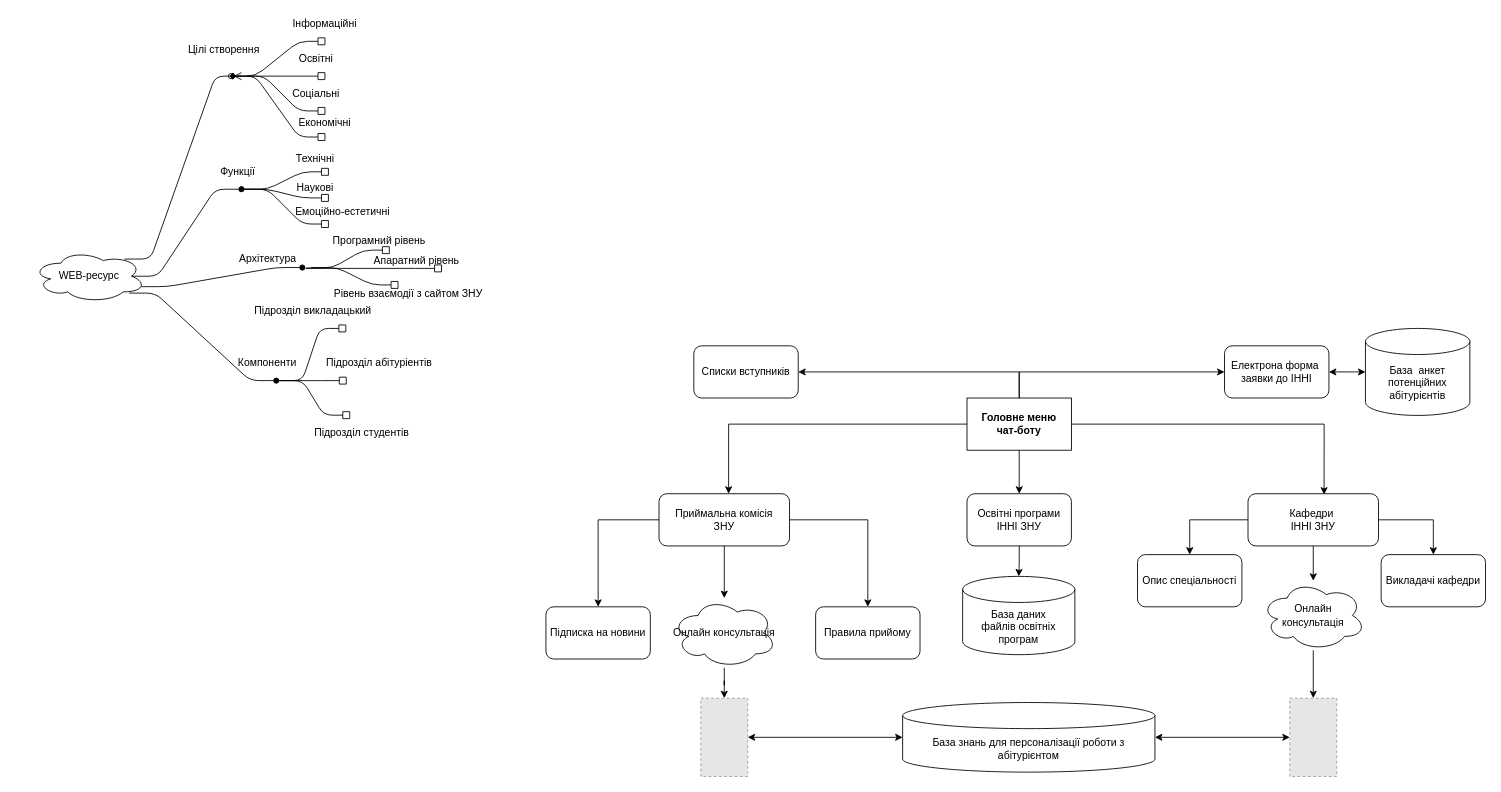
Above: chatbot2.drawio in MEvgen/test2 (draw.io), before the change. Source tidied: cells renumbered, new cells numbered last; positions are measured from the earlier drawing's top-left corner, leaving out a move shared by most shapes. Both pictures are drawn from the tidied source at 87%, with x=0, y=0 at pixel (32, 15). Pictures stored in the file or linked from it are replaced by grey dashed boxes.
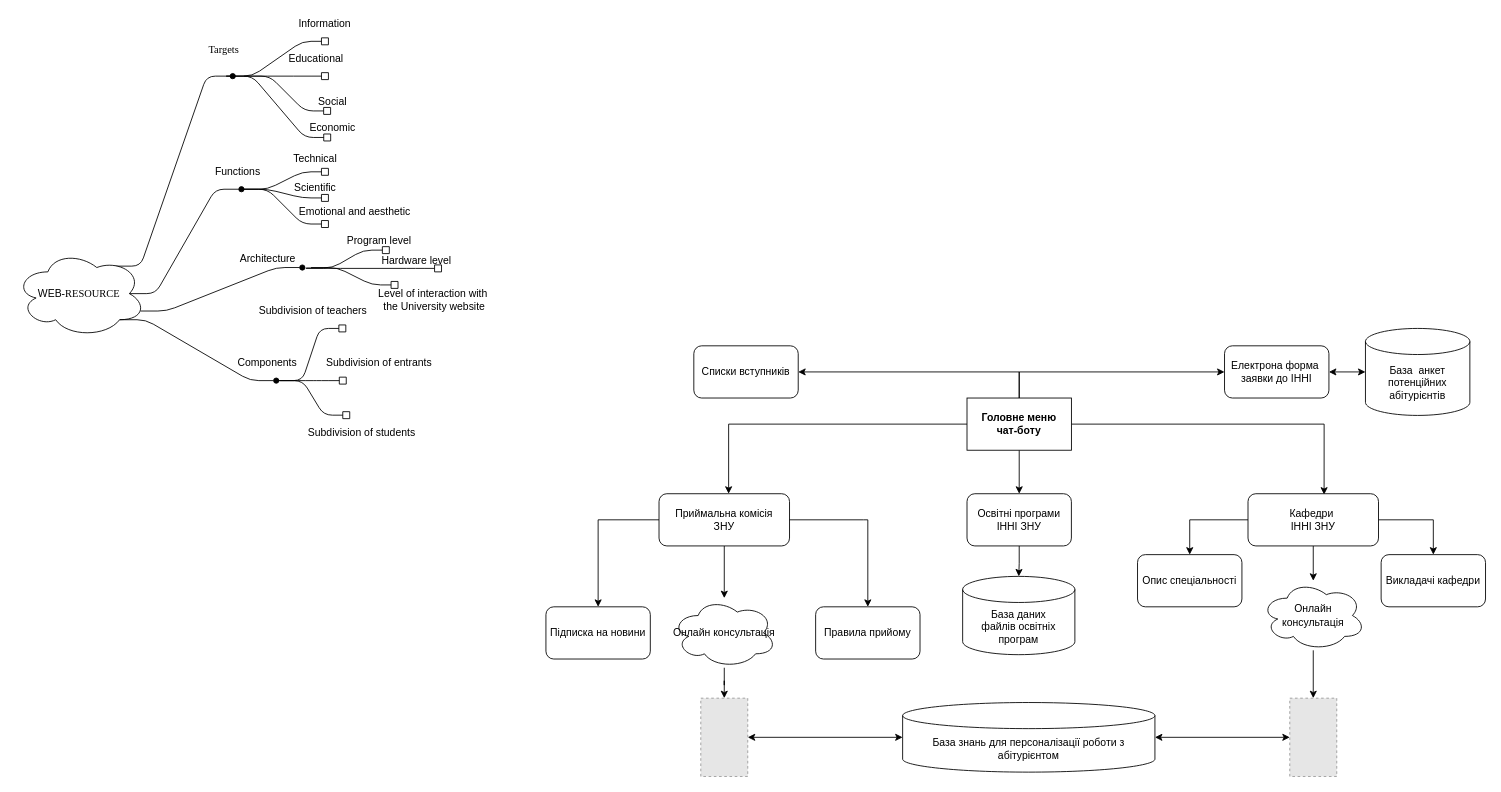
Above is the later version.

The edit, as a diff of the source:
```diff
@@
-    <mxCell id="36" style="edgeStyle=entityRelationEdgeStyle;fontSize=12;html=1;endArrow=ERzeroToMany;endFill=1;exitX=0.812;exitY=0.171;exitDx=0;exitDy=0;exitPerimeter=0;" parent="1" edge="1" source="37">
+    <mxCell id="36" style="edgeStyle=entityRelationEdgeStyle;fontSize=12;html=1;endArrow=oval;endFill=1;exitX=0.76;exitY=0.184;exitDx=0;exitDy=0;exitPerimeter=0;" parent="1" edge="1" source="37">
       <mxGeometry relative="1" as="geometry">
-        <mxPoint x="240" y="70" as="targetPoint" />
+        <mxPoint x="230" y="70" as="targetPoint" />
       </mxGeometry>
     </mxCell>
-    <mxCell id="37" value="WEB-ресурс" style="ellipse;shape=cloud;whiteSpace=wrap;html=1;align=center;" parent="1" vertex="1">
-      <mxGeometry y="270" width="130" height="60" as="geometry" />
+    <mxCell id="37" value="WEB-&lt;span style=&quot;font-size: 9.0pt ; font-family: &amp;#34;times new roman&amp;#34; , serif&quot;&gt;RESOURCE&amp;nbsp;&lt;/span&gt;" style="ellipse;shape=cloud;whiteSpace=wrap;html=1;align=center;" parent="1" vertex="1">
+      <mxGeometry x="-20" y="270" width="150" height="100" as="geometry" />
     </mxCell>
-    <mxCell id="38" value="Цілі створення" style="text;html=1;strokeColor=none;fillColor=none;align=center;verticalAlign=middle;whiteSpace=wrap;rounded=0;" parent="1" vertex="1">
+    <mxCell id="38" value="&lt;font face=&quot;Times New Roman, serif&quot;&gt;Targets&lt;/font&gt;" style="text;html=1;strokeColor=none;fillColor=none;align=center;verticalAlign=middle;whiteSpace=wrap;rounded=0;" parent="1" vertex="1">
       <mxGeometry x="170" y="30" width="100" height="20" as="geometry" />
     </mxCell>
-    <mxCell id="39" style="edgeStyle=entityRelationEdgeStyle;fontSize=12;html=1;endArrow=box;endFill=0;startArrow=diamond;startFill=1;" parent="1" edge="1">
+    <mxCell id="39" style="edgeStyle=entityRelationEdgeStyle;fontSize=12;html=1;endArrow=box;endFill=0;startArrow=none;startFill=0;" parent="1" edge="1">
       <mxGeometry relative="1" as="geometry">
-        <mxPoint x="226" y="70" as="sourcePoint" />
-        <mxPoint x="336" y="30" as="targetPoint" />
+        <mxPoint x="222.5" y="70" as="sourcePoint" />
+        <mxPoint x="340" y="30" as="targetPoint" />
       </mxGeometry>
     </mxCell>
     <mxCell id="40" style="edgeStyle=entityRelationEdgeStyle;fontSize=12;html=1;endArrow=box;endFill=0;" parent="1" edge="1">
       <mxGeometry relative="1" as="geometry">
-        <mxPoint x="246" y="70" as="sourcePoint" />
-        <mxPoint x="336" y="70" as="targetPoint" />
+        <mxPoint x="230" y="70" as="sourcePoint" />
+        <mxPoint x="340" y="70" as="targetPoint" />
       </mxGeometry>
     </mxCell>
     <mxCell id="41" style="edgeStyle=entityRelationEdgeStyle;fontSize=12;html=1;endArrow=box;endFill=0;" parent="1" edge="1">
       <mxGeometry relative="1" as="geometry">
-        <mxPoint x="236" y="70" as="sourcePoint" />
-        <mxPoint x="336" y="110" as="targetPoint" />
+        <mxPoint x="242.5" y="70" as="sourcePoint" />
+        <mxPoint x="342.5" y="110" as="targetPoint" />
       </mxGeometry>
     </mxCell>
-    <mxCell id="42" value="Інформаційні" style="text;html=1;strokeColor=none;fillColor=none;align=center;verticalAlign=middle;whiteSpace=wrap;rounded=0;" parent="1" vertex="1">
+    <mxCell id="42" value="Information" style="text;html=1;strokeColor=none;fillColor=none;align=center;verticalAlign=middle;whiteSpace=wrap;rounded=0;" parent="1" vertex="1">
       <mxGeometry x="286" width="100" height="20" as="geometry" />
     </mxCell>
-    <mxCell id="43" value="Освітні" style="text;html=1;strokeColor=none;fillColor=none;align=center;verticalAlign=middle;whiteSpace=wrap;rounded=0;" parent="1" vertex="1">
+    <mxCell id="43" value="&lt;div&gt;&lt;span&gt;Educational&lt;/span&gt;&lt;br&gt;&lt;/div&gt;" style="text;html=1;strokeColor=none;fillColor=none;align=center;verticalAlign=middle;whiteSpace=wrap;rounded=0;" parent="1" vertex="1">
       <mxGeometry x="276" y="40" width="100" height="20" as="geometry" />
     </mxCell>
-    <mxCell id="44" value="Соціальні" style="text;html=1;strokeColor=none;fillColor=none;align=center;verticalAlign=middle;whiteSpace=wrap;rounded=0;" parent="1" vertex="1">
-      <mxGeometry x="276" y="80" width="100" height="20" as="geometry" />
+    <mxCell id="44" value="Social" style="text;html=1;strokeColor=none;fillColor=none;align=center;verticalAlign=middle;whiteSpace=wrap;rounded=0;" parent="1" vertex="1">
+      <mxGeometry x="295" y="90" width="100" height="20" as="geometry" />
     </mxCell>
-    <mxCell id="45" style="edgeStyle=entityRelationEdgeStyle;fontSize=12;html=1;endArrow=box;endFill=0;" parent="1" edge="1">
+    <mxCell id="45" style="edgeStyle=entityRelationEdgeStyle;fontSize=12;html=1;endArrow=box;endFill=0;entryX=0.476;entryY=1.026;entryDx=0;entryDy=0;entryPerimeter=0;" parent="1" edge="1" target="46">
       <mxGeometry relative="1" as="geometry">
-        <mxPoint x="226" y="70" as="sourcePoint" />
-        <mxPoint x="336" y="140" as="targetPoint" />
+        <mxPoint x="222.5" y="70" as="sourcePoint" />
       </mxGeometry>
     </mxCell>
-    <mxCell id="46" value="Економічні" style="text;html=1;strokeColor=none;fillColor=none;align=center;verticalAlign=middle;whiteSpace=wrap;rounded=0;" parent="1" vertex="1">
-      <mxGeometry x="286" y="114" width="100" height="20" as="geometry" />
+    <mxCell id="46" value="&lt;div&gt;&lt;span&gt;Economic&lt;/span&gt;&lt;br&gt;&lt;/div&gt;" style="text;html=1;strokeColor=none;fillColor=none;align=center;verticalAlign=middle;whiteSpace=wrap;rounded=0;" parent="1" vertex="1">
+      <mxGeometry x="295" y="120" width="100" height="20" as="geometry" />
     </mxCell>
@@
-    <mxCell id="48" value="Функції" style="text;html=1;strokeColor=none;fillColor=none;align=center;verticalAlign=middle;whiteSpace=wrap;rounded=0;" parent="1" vertex="1">
+    <mxCell id="48" value="Functions" style="text;html=1;strokeColor=none;fillColor=none;align=center;verticalAlign=middle;whiteSpace=wrap;rounded=0;" parent="1" vertex="1">
       <mxGeometry x="186" y="170" width="100" height="20" as="geometry" />
     </mxCell>
@@
-    <mxCell id="52" value="Технічні" style="text;html=1;strokeColor=none;fillColor=none;align=center;verticalAlign=middle;whiteSpace=wrap;rounded=0;" parent="1" vertex="1">
+    <mxCell id="52" value="Technical" style="text;html=1;strokeColor=none;fillColor=none;align=center;verticalAlign=middle;whiteSpace=wrap;rounded=0;" parent="1" vertex="1">
       <mxGeometry x="275" y="155" width="100" height="20" as="geometry" />
     </mxCell>
-    <mxCell id="53" value="Наукові" style="text;html=1;strokeColor=none;fillColor=none;align=center;verticalAlign=middle;whiteSpace=wrap;rounded=0;" parent="1" vertex="1">
+    <mxCell id="53" value="Scientific" style="text;html=1;strokeColor=none;fillColor=none;align=center;verticalAlign=middle;whiteSpace=wrap;rounded=0;" parent="1" vertex="1">
       <mxGeometry x="275" y="188" width="100" height="20" as="geometry" />
     </mxCell>
-    <mxCell id="54" value="Емоційно-естетичні" style="text;html=1;strokeColor=none;fillColor=none;align=center;verticalAlign=middle;whiteSpace=wrap;rounded=0;" parent="1" vertex="1">
-      <mxGeometry x="286" y="216" width="141" height="20" as="geometry" />
+    <mxCell id="54" value="Emotional and aesthetic" style="text;html=1;strokeColor=none;fillColor=none;align=center;verticalAlign=middle;whiteSpace=wrap;rounded=0;" parent="1" vertex="1">
+      <mxGeometry x="300" y="216" width="141" height="20" as="geometry" />
     </mxCell>
-    <mxCell id="55" style="edgeStyle=entityRelationEdgeStyle;fontSize=12;html=1;endArrow=oval;endFill=1;exitX=0.854;exitY=0.823;exitDx=0;exitDy=0;exitPerimeter=0;" parent="1" edge="1" source="37">
+    <mxCell id="55" style="edgeStyle=entityRelationEdgeStyle;fontSize=12;html=1;endArrow=oval;endFill=1;exitX=0.8;exitY=0.8;exitDx=0;exitDy=0;exitPerimeter=0;" parent="1" edge="1" source="37">
       <mxGeometry relative="1" as="geometry">
         <mxPoint x="280" y="420" as="targetPoint" />
       </mxGeometry>
     </mxCell>
@@
-    <mxCell id="58" value="Компоненти" style="text;html=1;strokeColor=none;fillColor=none;align=center;verticalAlign=middle;whiteSpace=wrap;rounded=0;" parent="1" vertex="1">
+    <mxCell id="58" value="Components" style="text;html=1;strokeColor=none;fillColor=none;align=center;verticalAlign=middle;whiteSpace=wrap;rounded=0;" parent="1" vertex="1">
       <mxGeometry x="220" y="390" width="100" height="20" as="geometry" />
     </mxCell>
-    <mxCell id="59" value="Підрозділ викладацький" style="text;html=1;strokeColor=none;fillColor=none;align=center;verticalAlign=middle;whiteSpace=wrap;rounded=0;" parent="1" vertex="1">
+    <mxCell id="59" value="Subdivision of teachers" style="text;html=1;strokeColor=none;fillColor=none;align=center;verticalAlign=middle;whiteSpace=wrap;rounded=0;" parent="1" vertex="1">
       <mxGeometry x="250" y="330" width="145" height="20" as="geometry" />
     </mxCell>
-    <mxCell id="60" value="Підрозділ абітуріентів" style="text;html=1;strokeColor=none;fillColor=none;align=center;verticalAlign=middle;whiteSpace=wrap;rounded=0;" parent="1" vertex="1">
+    <mxCell id="60" value="Subdivision of&amp;nbsp;entrants" style="text;html=1;strokeColor=none;fillColor=none;align=center;verticalAlign=middle;whiteSpace=wrap;rounded=0;" parent="1" vertex="1">
       <mxGeometry x="326" y="390" width="145" height="20" as="geometry" />
     </mxCell>
@@
-    <mxCell id="62" value="Підрозділ студентів" style="text;html=1;strokeColor=none;fillColor=none;align=center;verticalAlign=middle;whiteSpace=wrap;rounded=0;" parent="1" vertex="1">
+    <mxCell id="62" value="Subdivision of students" style="text;html=1;strokeColor=none;fillColor=none;align=center;verticalAlign=middle;whiteSpace=wrap;rounded=0;" parent="1" vertex="1">
       <mxGeometry x="306" y="470" width="145" height="20" as="geometry" />
     </mxCell>
@@
-    <mxCell id="64" value="Архітектура" style="text;html=1;strokeColor=none;fillColor=none;align=center;verticalAlign=middle;whiteSpace=wrap;rounded=0;" parent="1" vertex="1">
+    <mxCell id="64" value="Architecture" style="text;html=1;strokeColor=none;fillColor=none;align=center;verticalAlign=middle;whiteSpace=wrap;rounded=0;" parent="1" vertex="1">
       <mxGeometry x="197.5" y="270" width="145" height="20" as="geometry" />
     </mxCell>
@@
-    <mxCell id="66" value="Програмний рівень" style="text;html=1;strokeColor=none;fillColor=none;align=center;verticalAlign=middle;whiteSpace=wrap;rounded=0;" parent="1" vertex="1">
+    <mxCell id="66" value="&lt;div&gt;&lt;span&gt;Program level&lt;/span&gt;&lt;br&gt;&lt;/div&gt;" style="text;html=1;strokeColor=none;fillColor=none;align=center;verticalAlign=middle;whiteSpace=wrap;rounded=0;" parent="1" vertex="1">
       <mxGeometry x="326" y="250" width="145" height="20" as="geometry" />
     </mxCell>
@@
-    <mxCell id="68" value="Рівень взаємодії з сайтом ЗНУ" style="text;html=1;strokeColor=none;fillColor=none;align=center;verticalAlign=middle;whiteSpace=wrap;rounded=0;" parent="1" vertex="1">
-      <mxGeometry x="342.5" y="310" width="177.5" height="20" as="geometry" />
+    <mxCell id="68" value="&lt;div&gt;&lt;span style=&quot;font-size: 12px&quot;&gt;&lt;br&gt;&lt;/span&gt;&lt;/div&gt;&lt;div&gt;&lt;span style=&quot;font-size: 12px&quot;&gt;Level of interaction with&amp;nbsp;&lt;/span&gt;&lt;/div&gt;&lt;div&gt;&lt;span style=&quot;font-size: 12px&quot;&gt;the University website&lt;/span&gt;&lt;/div&gt;" style="text;html=1;strokeColor=none;fillColor=none;align=center;verticalAlign=middle;whiteSpace=wrap;rounded=0;" parent="1" vertex="1">
+      <mxGeometry x="332.5" y="310" width="257.5" height="20" as="geometry" />
     </mxCell>
@@
-    <mxCell id="70" value="Апаратний рівень" style="text;html=1;strokeColor=none;fillColor=none;align=center;verticalAlign=middle;whiteSpace=wrap;rounded=0;" parent="1" vertex="1">
+    <mxCell id="70" value="Hardware level" style="text;html=1;strokeColor=none;fillColor=none;align=center;verticalAlign=middle;whiteSpace=wrap;rounded=0;" parent="1" vertex="1">
       <mxGeometry x="369" y="272" width="145" height="20" as="geometry" />
     </mxCell>
```
